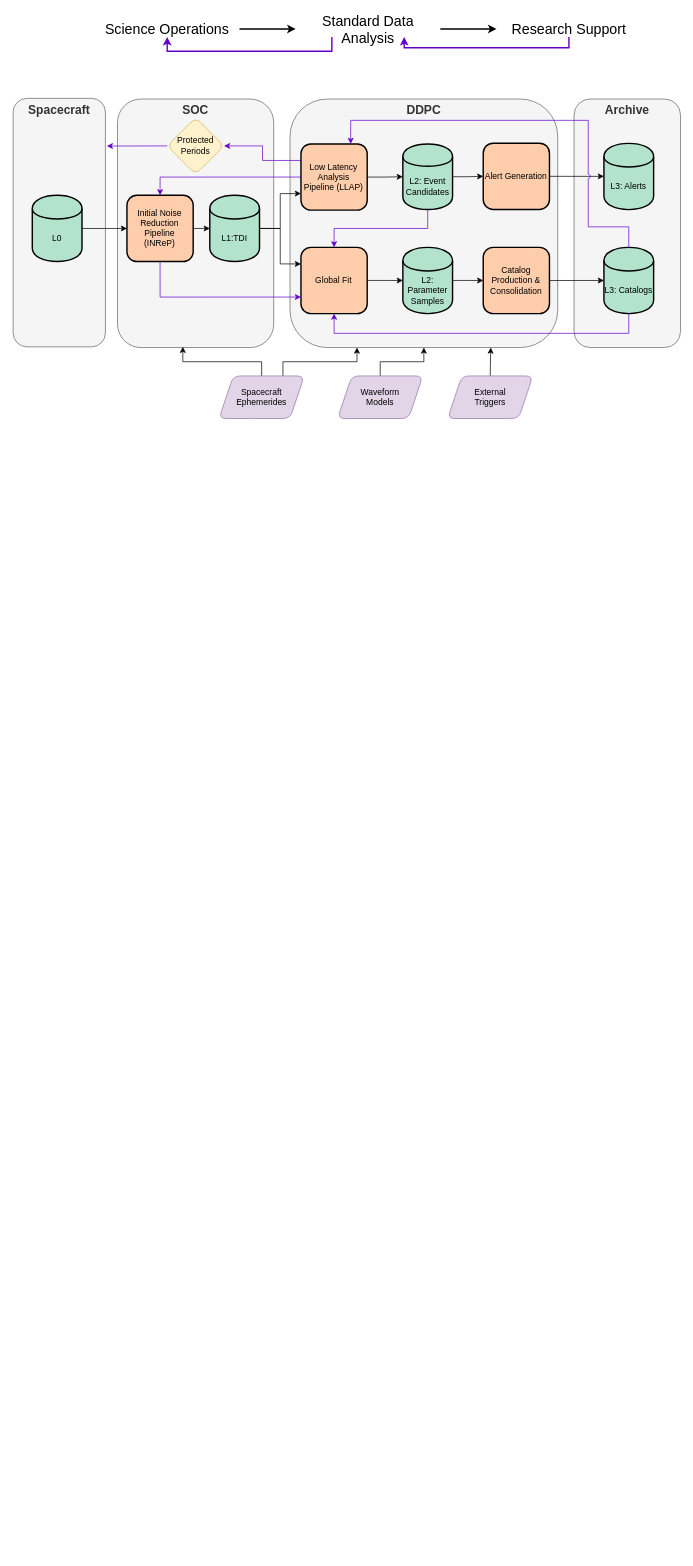
Before: page "Overview" (1 of 5) of LISADataFlow.drawio in tlittenberg/ldasoft, a draw.io diagram. Source tidied: cells renumbered, new cells numbered last; positions are measured from the earlier drawing's top-left corner, leaving out a move shared by most shapes. Both pictures are drawn from the tidied source at 71%, with x=0, y=0 at pixel (13, 21).
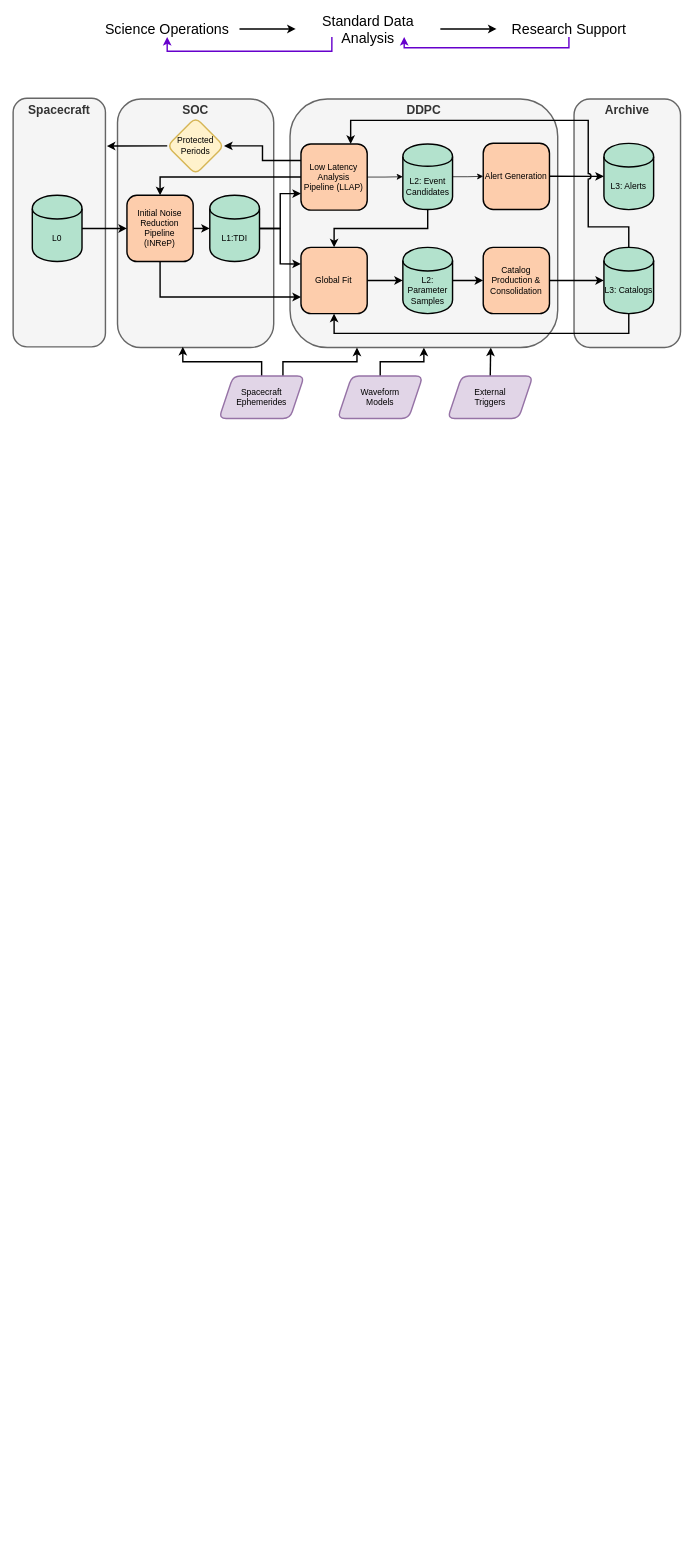
After the change.

Commit message:
Add simplified LLAP diagram

The change refers to these unchanged cells:
```xml
<mxCell id="18" value="Initial Noise Reduction Pipeline &lt;br&gt;(INReP)" style="whiteSpace=wrap;html=1;fillColor=#fdcdac;strokeWidth=2;rounded=1;" parent="1" vertex="1">
  <mxGeometry x="160.3" y="245.6" width="93.3" height="93.3" as="geometry" />
</mxCell>
<mxCell id="19" value="Global Fit" style="whiteSpace=wrap;html=1;fillColor=#fdcdac;strokeWidth=2;rounded=1;" parent="1" vertex="1">
  <mxGeometry x="405.4" y="318.9" width="93.3" height="93.3" as="geometry" />
</mxCell>
<mxCell id="20" value="L2: Parameter Samples" style="shape=cylinder;whiteSpace=wrap;html=1;boundedLbl=1;backgroundOutline=1;fillColor=#b3e2cd;strokeWidth=2;" parent="1" vertex="1">
  <mxGeometry x="548.9" y="318.9" width="70" height="93.3" as="geometry" />
</mxCell>
<mxCell id="25" value="Low Latency Analysis &lt;br&gt;Pipeline (LLAP)" style="whiteSpace=wrap;html=1;fillColor=#fdcdac;strokeWidth=2;rounded=1;" parent="1" vertex="1">
  <mxGeometry x="405.4" y="173.2" width="93.3" height="93.3" as="geometry" />
</mxCell>
<mxCell id="26" value="L2:&amp;nbsp;Event Candidates" style="shape=cylinder;whiteSpace=wrap;html=1;boundedLbl=1;backgroundOutline=1;fillColor=#b3e2cd;strokeWidth=2;" parent="1" vertex="1">
  <mxGeometry x="548.9" y="173.2" width="70" height="92.4" as="geometry" />
</mxCell>
<mxCell id="28" value="Catalog Production &amp;amp; Consolidation" style="whiteSpace=wrap;html=1;fillColor=#fdcdac;strokeWidth=2;rounded=1;" parent="1" vertex="1">
  <mxGeometry x="662.1" y="318.9" width="93.3" height="93.3" as="geometry" />
</mxCell>
<mxCell id="31" value="L3: Catalogs" style="shape=cylinder;whiteSpace=wrap;html=1;boundedLbl=1;backgroundOutline=1;fillColor=#b3e2cd;strokeWidth=2;" parent="1" vertex="1">
  <mxGeometry x="832.1" y="318.9" width="70" height="93.3" as="geometry" />
</mxCell>
<mxCell id="35" value="L1:TDI" style="shape=cylinder;whiteSpace=wrap;html=1;boundedLbl=1;backgroundOutline=1;fillColor=#b3e2cd;strokeWidth=2;" parent="1" vertex="1">
  <mxGeometry x="277" y="245.6" width="70" height="93.3" as="geometry" />
</mxCell>
<mxCell id="39" value="L0" style="shape=cylinder;whiteSpace=wrap;html=1;boundedLbl=1;backgroundOutline=1;fillColor=#b3e2cd;strokeWidth=2;" parent="1" vertex="1">
  <mxGeometry x="27" y="245.6" width="70" height="93.3" as="geometry" />
</mxCell>
<mxCell id="40" value="L3: Alerts" style="shape=cylinder;whiteSpace=wrap;html=1;boundedLbl=1;backgroundOutline=1;fillColor=#b3e2cd;strokeWidth=2;" parent="1" vertex="1">
  <mxGeometry x="832.1" y="172.4" width="70" height="93.3" as="geometry" />
</mxCell>
<mxCell id="41" value="Alert Generation" style="whiteSpace=wrap;html=1;fillColor=#fdcdac;strokeWidth=2;rounded=1;" parent="1" vertex="1">
  <mxGeometry x="662.1" y="172.2" width="93.3" height="93.3" as="geometry" />
</mxCell>
```

What changed in the source:
```diff
@@
-    <mxCell id="2" value="Archive" style="rounded=1;whiteSpace=wrap;html=1;fillColor=#f5f5f5;strokeColor=#666666;fontColor=#333333;verticalAlign=top;fontSize=17;fontStyle=1;" parent="1" vertex="1">
+    <mxCell id="2" value="Archive" style="rounded=1;whiteSpace=wrap;html=1;fillColor=#f5f5f5;strokeColor=#666666;fontColor=#333333;verticalAlign=top;fontSize=17;fontStyle=1;strokeWidth=2;" parent="1" vertex="1">
       <mxGeometry x="790" y="110" width="150" height="350" as="geometry" />
     </mxCell>
-    <mxCell id="3" value="Spacecraft" style="rounded=1;whiteSpace=wrap;html=1;fillColor=#f5f5f5;strokeColor=#666666;fontColor=#333333;verticalAlign=top;fontSize=17;fontStyle=1;" parent="1" vertex="1">
+    <mxCell id="3" value="Spacecraft" style="rounded=1;whiteSpace=wrap;html=1;fillColor=#f5f5f5;strokeColor=#666666;fontColor=#333333;verticalAlign=top;fontSize=17;fontStyle=1;strokeWidth=2;" parent="1" vertex="1">
       <mxGeometry y="109" width="130" height="350" as="geometry" />
     </mxCell>
@@
-    <mxCell id="12" style="edgeStyle=orthogonalEdgeStyle;rounded=0;jumpStyle=arc;jettySize=auto;html=1;exitX=0.5;exitY=0;exitDx=0;exitDy=0;entryX=0.5;entryY=1;entryDx=0;entryDy=0;strokeColor=#000000;" parent="1" edge="1" source="13" target="16">
+    <mxCell id="12" style="edgeStyle=orthogonalEdgeStyle;rounded=0;jumpStyle=arc;jettySize=auto;html=1;exitX=0.5;exitY=0;exitDx=0;exitDy=0;entryX=0.5;entryY=1;entryDx=0;entryDy=0;strokeColor=#000000;strokeWidth=2;" parent="1" edge="1" source="13" target="16">
       <mxGeometry relative="1" as="geometry" />
     </mxCell>
-    <mxCell id="13" value="Waveform &lt;br&gt;Models" style="shape=parallelogram;perimeter=parallelogramPerimeter;whiteSpace=wrap;html=1;fixedSize=1;rounded=1;fillColor=#e1d5e7;strokeColor=#9673a6;" parent="1" vertex="1">
+    <mxCell id="13" value="Waveform &lt;br&gt;Models" style="shape=parallelogram;perimeter=parallelogramPerimeter;whiteSpace=wrap;html=1;fixedSize=1;rounded=1;fillColor=#e1d5e7;strokeColor=#9673a6;strokeWidth=2;" parent="1" vertex="1">
       <mxGeometry x="457" y="500" width="120" height="60" as="geometry" />
     </mxCell>
-    <mxCell id="14" style="edgeStyle=orthogonalEdgeStyle;rounded=0;jumpStyle=arc;jettySize=auto;html=1;exitX=0.5;exitY=0;exitDx=0;exitDy=0;entryX=0.75;entryY=1;entryDx=0;entryDy=0;strokeColor=#000000;" parent="1" edge="1" source="15" target="16">
+    <mxCell id="14" style="edgeStyle=orthogonalEdgeStyle;rounded=0;jumpStyle=arc;jettySize=auto;html=1;exitX=0.5;exitY=0;exitDx=0;exitDy=0;entryX=0.75;entryY=1;entryDx=0;entryDy=0;strokeColor=#000000;strokeWidth=2;" parent="1" edge="1" source="15" target="16">
       <mxGeometry relative="1" as="geometry" />
     </mxCell>
-    <mxCell id="15" value="External &lt;br&gt;Triggers" style="shape=parallelogram;perimeter=parallelogramPerimeter;whiteSpace=wrap;html=1;fixedSize=1;rounded=1;fillColor=#e1d5e7;strokeColor=#9673a6;" parent="1" vertex="1">
+    <mxCell id="15" value="External &lt;br&gt;Triggers" style="shape=parallelogram;perimeter=parallelogramPerimeter;whiteSpace=wrap;html=1;fixedSize=1;rounded=1;fillColor=#e1d5e7;strokeColor=#9673a6;strokeWidth=2;" parent="1" vertex="1">
       <mxGeometry x="612" y="500" width="120" height="60" as="geometry" />
     </mxCell>
-    <mxCell id="16" value="DDPC" style="rounded=1;whiteSpace=wrap;html=1;fillColor=#f5f5f5;strokeColor=#666666;fontColor=#333333;verticalAlign=top;fontSize=17;fontStyle=1;" parent="1" vertex="1">
+    <mxCell id="16" value="DDPC" style="rounded=1;whiteSpace=wrap;html=1;fillColor=#f5f5f5;strokeColor=#666666;fontColor=#333333;verticalAlign=top;fontSize=17;fontStyle=1;strokeWidth=2;" parent="1" vertex="1">
       <mxGeometry x="390" y="110" width="377" height="350" as="geometry" />
     </mxCell>
-    <mxCell id="17" value="SOC" style="rounded=1;whiteSpace=wrap;html=1;fillColor=#f5f5f5;strokeColor=#666666;fontColor=#333333;verticalAlign=top;fontSize=17;fontStyle=1;" parent="1" vertex="1">
+    <mxCell id="17" value="SOC" style="rounded=1;whiteSpace=wrap;html=1;fillColor=#f5f5f5;strokeColor=#666666;fontColor=#333333;verticalAlign=top;fontSize=17;fontStyle=1;strokeWidth=2;" parent="1" vertex="1">
       <mxGeometry x="147" y="110" width="220" height="350" as="geometry" />
     </mxCell>
@@
-    <mxCell id="21" style="edgeStyle=orthogonalEdgeStyle;rounded=0;jettySize=auto;html=1;entryX=0;entryY=0.5;entryDx=0;entryDy=0;" parent="1" edge="1" source="19" target="20">
+    <mxCell id="21" style="edgeStyle=orthogonalEdgeStyle;rounded=0;jettySize=auto;html=1;entryX=0;entryY=0.5;entryDx=0;entryDy=0;strokeWidth=2;strokeColor=#000000;" parent="1" edge="1" source="19" target="20">
       <mxGeometry x="117" y="237.9" as="geometry" />
     </mxCell>
-    <mxCell id="22" style="edgeStyle=orthogonalEdgeStyle;rounded=0;jettySize=auto;html=1;entryX=0.5;entryY=0;entryDx=0;entryDy=0;exitX=0.5;exitY=1;exitDx=0;exitDy=0;strokeColor=#6600CC;" parent="1" edge="1" source="26" target="19">
+    <mxCell id="22" style="edgeStyle=orthogonalEdgeStyle;rounded=0;jettySize=auto;html=1;entryX=0.5;entryY=0;entryDx=0;entryDy=0;exitX=0.5;exitY=1;exitDx=0;exitDy=0;strokeColor=#000000;strokeWidth=2;" parent="1" edge="1" source="26" target="19">
       <mxGeometry x="117" y="237.9" as="geometry" />
     </mxCell>
-    <mxCell id="23" style="edgeStyle=orthogonalEdgeStyle;rounded=0;jumpStyle=arc;jettySize=auto;html=1;exitX=0;exitY=0.25;exitDx=0;exitDy=0;strokeColor=#6600CC;fontSize=12;fontColor=#6600CC;" parent="1" edge="1" source="25" target="49">
+    <mxCell id="23" style="edgeStyle=orthogonalEdgeStyle;rounded=0;jumpStyle=arc;jettySize=auto;html=1;exitX=0;exitY=0.25;exitDx=0;exitDy=0;strokeColor=#000000;fontSize=12;fontColor=#6600CC;strokeWidth=2;" parent="1" edge="1" source="25" target="49">
       <mxGeometry relative="1" as="geometry" />
     </mxCell>
-    <mxCell id="24" style="edgeStyle=orthogonalEdgeStyle;rounded=0;jumpStyle=arc;jettySize=auto;html=1;exitX=0;exitY=0.5;exitDx=0;exitDy=0;entryX=0.5;entryY=0;entryDx=0;entryDy=0;strokeColor=#6600CC;fontSize=12;fontColor=#6600CC;" parent="1" edge="1" source="25" target="18">
+    <mxCell id="24" style="edgeStyle=orthogonalEdgeStyle;rounded=0;jumpStyle=arc;jettySize=auto;html=1;exitX=0;exitY=0.5;exitDx=0;exitDy=0;entryX=0.5;entryY=0;entryDx=0;entryDy=0;strokeColor=#000000;fontSize=12;fontColor=#6600CC;strokeWidth=2;" parent="1" edge="1" source="25" target="18">
       <mxGeometry relative="1" as="geometry" />
     </mxCell>
@@
-    <mxCell id="29" style="edgeStyle=orthogonalEdgeStyle;rounded=0;jettySize=auto;html=1;entryX=0;entryY=0.5;entryDx=0;entryDy=0;" parent="1" edge="1" source="20" target="28">
+    <mxCell id="29" style="edgeStyle=orthogonalEdgeStyle;rounded=0;jettySize=auto;html=1;entryX=0;entryY=0.5;entryDx=0;entryDy=0;strokeWidth=2;strokeColor=#000000;" parent="1" edge="1" source="20" target="28">
       <mxGeometry x="117" y="237.9" as="geometry" />
     </mxCell>
-    <mxCell id="30" style="edgeStyle=orthogonalEdgeStyle;rounded=0;jettySize=auto;html=1;entryX=0.5;entryY=1;entryDx=0;entryDy=0;fontSize=20;strokeColor=#6600CC;exitX=0.5;exitY=1;exitDx=0;exitDy=0;" parent="1" edge="1" source="31" target="19">
+    <mxCell id="30" style="edgeStyle=orthogonalEdgeStyle;rounded=0;jettySize=auto;html=1;entryX=0.5;entryY=1;entryDx=0;entryDy=0;fontSize=20;strokeColor=#000000;exitX=0.5;exitY=1;exitDx=0;exitDy=0;strokeWidth=2;" parent="1" edge="1" source="31" target="19">
       <mxGeometry x="117" y="237.9" as="geometry">
         <Array as="points">
           <mxPoint x="867" y="440" />
           <mxPoint x="452" y="440" />
         </Array>
       </mxGeometry>
     </mxCell>
@@
-    <mxCell id="32" style="edgeStyle=orthogonalEdgeStyle;rounded=0;jettySize=auto;html=1;exitX=1;exitY=0.5;exitDx=0;exitDy=0;entryX=0;entryY=0.5;entryDx=0;entryDy=0;" parent="1" edge="1" source="28" target="31">
+    <mxCell id="32" style="edgeStyle=orthogonalEdgeStyle;rounded=0;jettySize=auto;html=1;exitX=1;exitY=0.5;exitDx=0;exitDy=0;entryX=0;entryY=0.5;entryDx=0;entryDy=0;strokeWidth=2;strokeColor=#000000;" parent="1" edge="1" source="28" target="31">
       <mxGeometry x="117" y="237.9" as="geometry" />
     </mxCell>
-    <mxCell id="33" style="edgeStyle=orthogonalEdgeStyle;rounded=0;jettySize=auto;html=1;exitX=1;exitY=0.5;exitDx=0;exitDy=0;entryX=0;entryY=0.75;entryDx=0;entryDy=0;" parent="1" edge="1" source="35" target="25">
+    <mxCell id="33" style="edgeStyle=orthogonalEdgeStyle;rounded=0;jettySize=auto;html=1;exitX=1;exitY=0.5;exitDx=0;exitDy=0;entryX=0;entryY=0.75;entryDx=0;entryDy=0;strokeWidth=2;strokeColor=#000000;" parent="1" edge="1" source="35" target="25">
       <mxGeometry x="117" y="237.9" as="geometry" />
     </mxCell>
-    <mxCell id="34" style="edgeStyle=orthogonalEdgeStyle;rounded=0;jumpStyle=arc;jettySize=auto;html=1;exitX=1;exitY=0.5;exitDx=0;exitDy=0;entryX=0;entryY=0.25;entryDx=0;entryDy=0;" parent="1" edge="1" source="35" target="19">
+    <mxCell id="34" style="edgeStyle=orthogonalEdgeStyle;rounded=0;jumpStyle=arc;jettySize=auto;html=1;exitX=1;exitY=0.5;exitDx=0;exitDy=0;entryX=0;entryY=0.25;entryDx=0;entryDy=0;strokeWidth=2;strokeColor=#000000;" parent="1" edge="1" source="35" target="19">
       <mxGeometry relative="1" as="geometry" />
     </mxCell>
@@
-    <mxCell id="36" style="edgeStyle=orthogonalEdgeStyle;rounded=0;jettySize=auto;html=1;exitX=1;exitY=0.5;exitDx=0;exitDy=0;entryX=0;entryY=0.5;entryDx=0;entryDy=0;" parent="1" edge="1" source="18" target="35">
+    <mxCell id="36" style="edgeStyle=orthogonalEdgeStyle;rounded=0;jettySize=auto;html=1;exitX=1;exitY=0.5;exitDx=0;exitDy=0;entryX=0;entryY=0.5;entryDx=0;entryDy=0;strokeWidth=2;strokeColor=#000000;" parent="1" edge="1" source="18" target="35">
       <mxGeometry x="117" y="237.9" as="geometry" />
     </mxCell>
-    <mxCell id="37" style="edgeStyle=orthogonalEdgeStyle;rounded=0;jettySize=auto;html=1;entryX=0;entryY=0.5;entryDx=0;entryDy=0;" parent="1" edge="1" source="39" target="18">
+    <mxCell id="37" style="edgeStyle=orthogonalEdgeStyle;rounded=0;jettySize=auto;html=1;entryX=0;entryY=0.5;entryDx=0;entryDy=0;strokeWidth=2;strokeColor=#000000;" parent="1" edge="1" source="39" target="18">
       <mxGeometry x="117" y="237.9" as="geometry" />
     </mxCell>
-    <mxCell id="38" style="edgeStyle=orthogonalEdgeStyle;rounded=0;jumpStyle=arc;jettySize=auto;html=1;exitX=0.5;exitY=1;exitDx=0;exitDy=0;entryX=0;entryY=0.75;entryDx=0;entryDy=0;fillColor=#6a00ff;strokeColor=#6600CC;" parent="1" edge="1" source="18" target="19">
+    <mxCell id="38" style="edgeStyle=orthogonalEdgeStyle;rounded=0;jumpStyle=arc;jettySize=auto;html=1;exitX=0.5;exitY=1;exitDx=0;exitDy=0;entryX=0;entryY=0.75;entryDx=0;entryDy=0;fillColor=#6a00ff;strokeColor=#000000;strokeWidth=2;" parent="1" edge="1" source="18" target="19">
       <mxGeometry relative="1" as="geometry" />
     </mxCell>
@@
-    <mxCell id="42" style="edgeStyle=orthogonalEdgeStyle;rounded=0;jettySize=auto;html=1;exitX=1;exitY=0.5;exitDx=0;exitDy=0;jumpStyle=arc;" parent="1" edge="1" source="41" target="40">
+    <mxCell id="42" style="edgeStyle=orthogonalEdgeStyle;rounded=0;jettySize=auto;html=1;exitX=1;exitY=0.5;exitDx=0;exitDy=0;jumpStyle=arc;strokeWidth=2;strokeColor=#000000;" parent="1" edge="1" source="41" target="40">
       <mxGeometry relative="1" as="geometry">
         <Array as="points">
           <mxPoint x="760" y="219" />
           <mxPoint x="760" y="219" />
         </Array>
       </mxGeometry>
     </mxCell>
@@
-    <mxCell id="44" style="edgeStyle=orthogonalEdgeStyle;rounded=0;jettySize=auto;html=1;entryX=0.75;entryY=0;entryDx=0;entryDy=0;exitX=0.5;exitY=0;exitDx=0;exitDy=0;strokeColor=#6600CC;jumpStyle=arc;" parent="1" edge="1" source="31" target="25">
+    <mxCell id="44" style="edgeStyle=orthogonalEdgeStyle;rounded=0;jettySize=auto;html=1;entryX=0.75;entryY=0;entryDx=0;entryDy=0;exitX=0.5;exitY=0;exitDx=0;exitDy=0;strokeColor=#000000;jumpStyle=arc;strokeWidth=2;" parent="1" edge="1" source="31" target="25">
       <mxGeometry x="117" y="237.9" as="geometry">
         <Array as="points">
           <mxPoint x="867" y="290" />
           <mxPoint x="810" y="290" />
           <mxPoint x="810" y="140" />
           <mxPoint x="475" y="140" />
         </Array>
       </mxGeometry>
     </mxCell>
-    <mxCell id="45" style="edgeStyle=orthogonalEdgeStyle;rounded=0;jumpStyle=arc;jettySize=auto;html=1;exitX=0.5;exitY=0;exitDx=0;exitDy=0;entryX=0.418;entryY=0.997;entryDx=0;entryDy=0;entryPerimeter=0;strokeColor=#000000;" parent="1" edge="1" source="47" target="17">
+    <mxCell id="45" style="edgeStyle=orthogonalEdgeStyle;rounded=0;jumpStyle=arc;jettySize=auto;html=1;exitX=0.5;exitY=0;exitDx=0;exitDy=0;entryX=0.418;entryY=0.997;entryDx=0;entryDy=0;entryPerimeter=0;strokeColor=#000000;strokeWidth=2;" parent="1" edge="1" source="47" target="17">
       <mxGeometry relative="1" as="geometry">
         <Array as="points">
           <mxPoint x="350" y="480" />
           <mxPoint x="239" y="480" />
         </Array>
       </mxGeometry>
     </mxCell>
-    <mxCell id="46" style="edgeStyle=orthogonalEdgeStyle;rounded=0;jumpStyle=arc;jettySize=auto;html=1;exitX=0.75;exitY=0;exitDx=0;exitDy=0;entryX=0.25;entryY=1;entryDx=0;entryDy=0;strokeColor=#000000;" parent="1" edge="1" source="47" target="16">
+    <mxCell id="46" style="edgeStyle=orthogonalEdgeStyle;rounded=0;jumpStyle=arc;jettySize=auto;html=1;exitX=0.75;exitY=0;exitDx=0;exitDy=0;entryX=0.25;entryY=1;entryDx=0;entryDy=0;strokeColor=#000000;strokeWidth=2;" parent="1" edge="1" source="47" target="16">
       <mxGeometry relative="1" as="geometry" />
     </mxCell>
-    <mxCell id="47" value="Spacecraft Ephemerides" style="shape=parallelogram;perimeter=parallelogramPerimeter;whiteSpace=wrap;html=1;fixedSize=1;rounded=1;fillColor=#e1d5e7;strokeColor=#9673a6;" parent="1" vertex="1">
+    <mxCell id="47" value="Spacecraft Ephemerides" style="shape=parallelogram;perimeter=parallelogramPerimeter;whiteSpace=wrap;html=1;fixedSize=1;rounded=1;fillColor=#e1d5e7;strokeColor=#9673a6;strokeWidth=2;" parent="1" vertex="1">
       <mxGeometry x="290" y="500" width="120" height="60" as="geometry" />
     </mxCell>
-    <mxCell id="48" style="edgeStyle=orthogonalEdgeStyle;rounded=0;jumpStyle=arc;jettySize=auto;html=1;exitX=0;exitY=0.5;exitDx=0;exitDy=0;strokeColor=#6600CC;fontSize=12;fontColor=#6600CC;entryX=1.015;entryY=0.192;entryDx=0;entryDy=0;entryPerimeter=0;" parent="1" edge="1" source="49" target="3">
+    <mxCell id="48" style="edgeStyle=orthogonalEdgeStyle;rounded=0;jumpStyle=arc;jettySize=auto;html=1;exitX=0;exitY=0.5;exitDx=0;exitDy=0;strokeColor=#000000;fontSize=12;fontColor=#6600CC;entryX=1.015;entryY=0.192;entryDx=0;entryDy=0;entryPerimeter=0;strokeWidth=2;" parent="1" edge="1" source="49" target="3">
       <mxGeometry relative="1" as="geometry" />
     </mxCell>
-    <mxCell id="49" value="Protected Periods" style="rhombus;whiteSpace=wrap;html=1;rounded=1;fontSize=12;fillColor=#fff2cc;strokeColor=#d6b656;" parent="1" vertex="1">
+    <mxCell id="49" value="Protected Periods" style="rhombus;whiteSpace=wrap;html=1;rounded=1;fontSize=12;fillColor=#fff2cc;strokeColor=#d6b656;strokeWidth=2;" parent="1" vertex="1">
       <mxGeometry x="217" y="136" width="80" height="80" as="geometry" />
     </mxCell>
```
